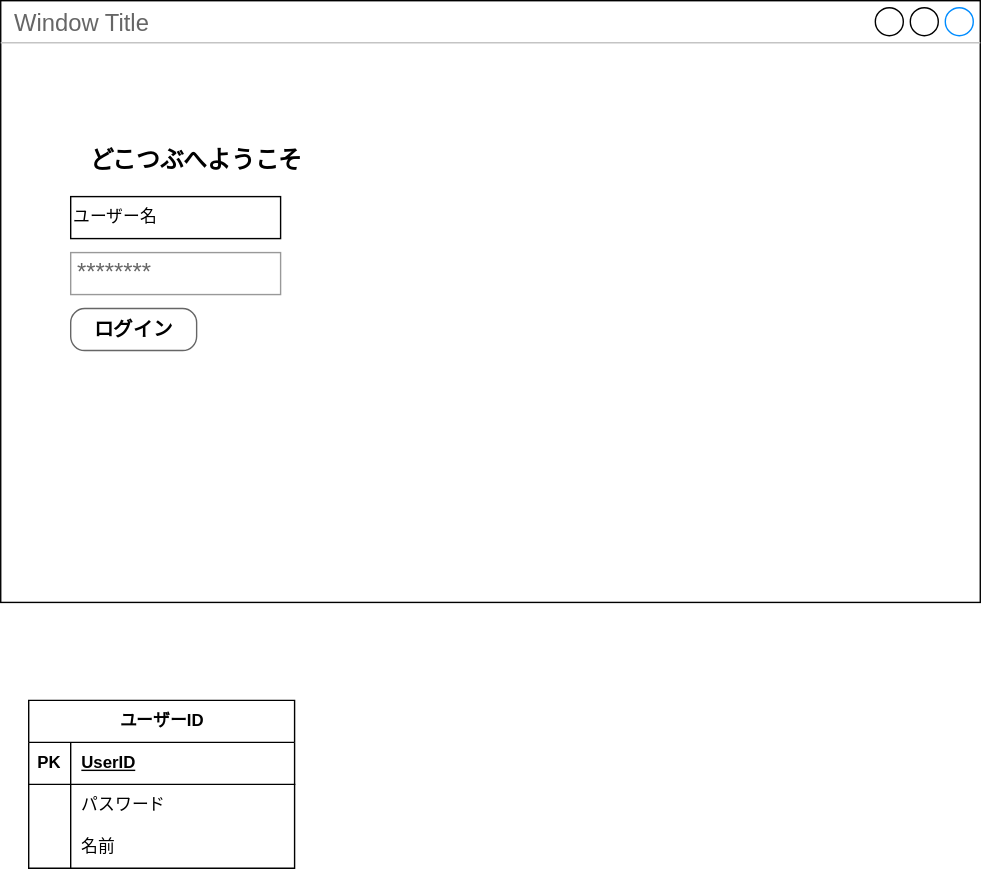
Before: 画面設計.drawio.svg, a diagram exported from draw.io (yu-tasa/basicDesign). Source tidied: cells renumbered, new cells last; positions are measured from the earlier drawing's top-left corner, leaving out a move shared by most shapes.
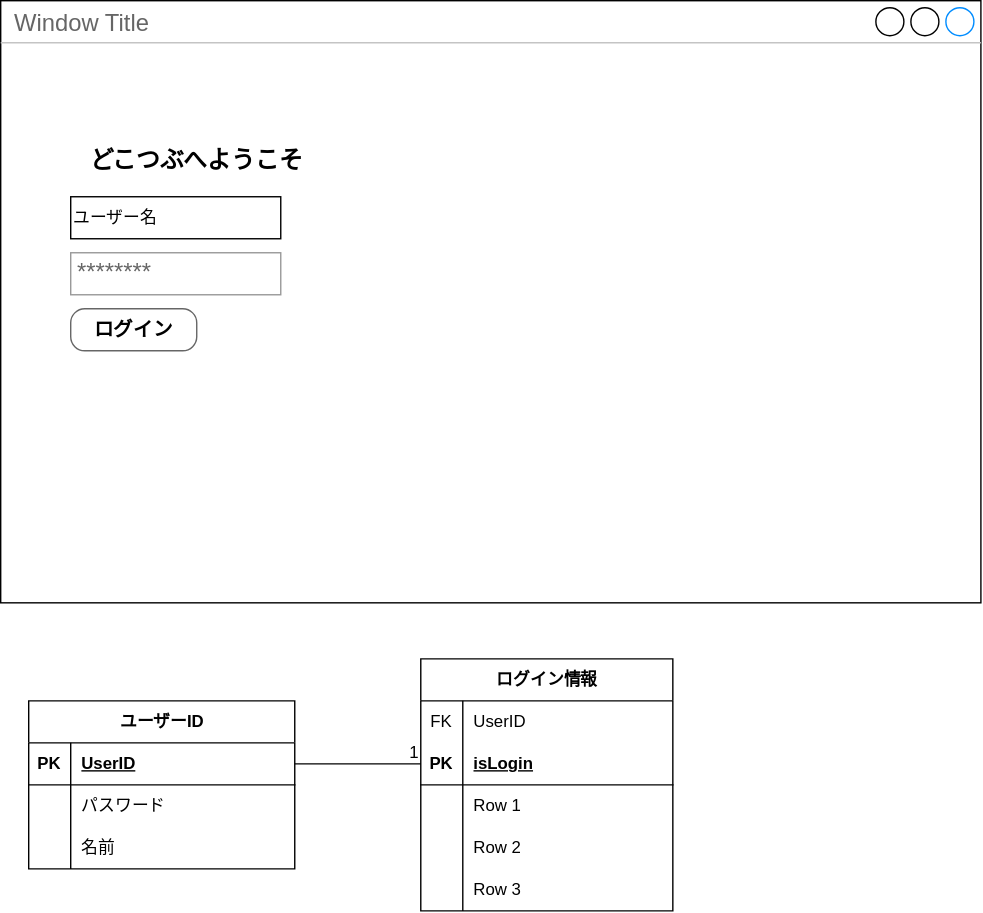
After the change.

Commit message:
画面設計.drawio.svg を更新します

Diff of the diagram source:
```diff
@@ -47,5 +47,59 @@
     <mxCell id="16" value="名前" style="shape=partialRectangle;fillColor=none;top=0;left=0;bottom=0;right=0;align=left;spacingLeft=6;overflow=hidden;whiteSpace=wrap;html=1;" parent="14" vertex="1">
       <mxGeometry x="30" width="160" height="30" as="geometry" />
     </mxCell>
+    <mxCell id="17" value="ログイン情報" style="shape=table;startSize=30;rowLines=0;fontStyle=1;align=center;html=1;" parent="1" vertex="1">
+      <mxGeometry x="300" y="470" width="180" height="180" as="geometry" />
+    </mxCell>
+    <mxCell id="18" style="shape=tableRow;horizontal=0;startSize=0;swimlaneHead=0;swimlaneBody=0;fillColor=none;top=0;left=0;right=0;bottom=0;" parent="17" vertex="1">
+      <mxGeometry y="30" width="180" height="30" as="geometry" />
+    </mxCell>
+    <mxCell id="19" value="FK" style="shape=partialRectangle;fillColor=none;top=0;left=0;bottom=0;right=0;fontStyle=0;overflow=hidden;whiteSpace=wrap;html=1;" parent="18" vertex="1">
+      <mxGeometry width="30" height="30" as="geometry" />
+    </mxCell>
+    <mxCell id="20" value="UserID" style="shape=partialRectangle;fillColor=none;top=0;left=0;bottom=0;right=0;align=left;spacingLeft=6;fontStyle=0;overflow=hidden;whiteSpace=wrap;html=1;" parent="18" vertex="1">
+      <mxGeometry x="30" width="150" height="30" as="geometry" />
+    </mxCell>
+    <mxCell id="21" style="shape=tableRow;horizontal=0;startSize=0;swimlaneHead=0;swimlaneBody=0;fillColor=none;points=[[0,0.5],[1,0.5]];portConstraint=eastwest;top=0;left=0;right=0;bottom=1;" parent="17" vertex="1">
+      <mxGeometry y="60" width="180" height="30" as="geometry" />
+    </mxCell>
+    <mxCell id="22" value="PK" style="shape=partialRectangle;fillColor=none;top=0;left=0;bottom=0;right=0;fontStyle=1;overflow=hidden;whiteSpace=wrap;html=1;" parent="21" vertex="1">
+      <mxGeometry width="30" height="30" as="geometry" />
+    </mxCell>
+    <mxCell id="23" value="isLogin" style="shape=partialRectangle;fillColor=none;top=0;left=0;bottom=0;right=0;align=left;spacingLeft=6;fontStyle=5;overflow=hidden;whiteSpace=wrap;html=1;" parent="21" vertex="1">
+      <mxGeometry x="30" width="150" height="30" as="geometry" />
+    </mxCell>
+    <mxCell id="24" style="shape=tableRow;horizontal=0;startSize=0;swimlaneHead=0;swimlaneBody=0;fillColor=none;top=0;left=0;right=0;bottom=0;" parent="17" vertex="1">
+      <mxGeometry y="90" width="180" height="30" as="geometry" />
+    </mxCell>
+    <mxCell id="25" style="shape=partialRectangle;fillColor=none;top=0;left=0;bottom=0;right=0;overflow=hidden;whiteSpace=wrap;html=1;" parent="24" vertex="1">
+      <mxGeometry width="30" height="30" as="geometry" />
+    </mxCell>
+    <mxCell id="26" value="Row 1" style="shape=partialRectangle;fillColor=none;top=0;left=0;bottom=0;right=0;align=left;spacingLeft=6;overflow=hidden;whiteSpace=wrap;html=1;" parent="24" vertex="1">
+      <mxGeometry x="30" width="150" height="30" as="geometry" />
+    </mxCell>
+    <mxCell id="27" style="shape=tableRow;horizontal=0;startSize=0;swimlaneHead=0;swimlaneBody=0;fillColor=none;top=0;left=0;right=0;bottom=0;" parent="17" vertex="1">
+      <mxGeometry y="120" width="180" height="30" as="geometry" />
+    </mxCell>
+    <mxCell id="28" style="shape=partialRectangle;fillColor=none;top=0;left=0;bottom=0;right=0;overflow=hidden;whiteSpace=wrap;html=1;" parent="27" vertex="1">
+      <mxGeometry width="30" height="30" as="geometry" />
+    </mxCell>
+    <mxCell id="29" value="Row 2" style="shape=partialRectangle;fillColor=none;top=0;left=0;bottom=0;right=0;align=left;spacingLeft=6;overflow=hidden;whiteSpace=wrap;html=1;" parent="27" vertex="1">
+      <mxGeometry x="30" width="150" height="30" as="geometry" />
+    </mxCell>
+    <mxCell id="30" style="shape=tableRow;horizontal=0;startSize=0;swimlaneHead=0;swimlaneBody=0;fillColor=none;top=0;left=0;right=0;bottom=0;" parent="17" vertex="1">
+      <mxGeometry y="150" width="180" height="30" as="geometry" />
+    </mxCell>
+    <mxCell id="31" style="shape=partialRectangle;fillColor=none;top=0;left=0;bottom=0;right=0;overflow=hidden;whiteSpace=wrap;html=1;" parent="30" vertex="1">
+      <mxGeometry width="30" height="30" as="geometry" />
+    </mxCell>
+    <mxCell id="32" value="Row 3" style="shape=partialRectangle;fillColor=none;top=0;left=0;bottom=0;right=0;align=left;spacingLeft=6;overflow=hidden;whiteSpace=wrap;html=1;" parent="30" vertex="1">
+      <mxGeometry x="30" width="150" height="30" as="geometry" />
+    </mxCell>
+    <mxCell id="33" style="endArrow=none;html=1;rounded=0;exitX=1;exitY=0.5;exitDx=0;exitDy=0;entryX=0;entryY=0.5;entryDx=0;entryDy=0;" parent="1" edge="1" source="8" target="21">
+      <mxGeometry relative="1" as="geometry" />
+    </mxCell>
+    <mxCell id="34" value="1" style="html=1;whiteSpace=wrap;align=right;verticalAlign=bottom;" parent="33" vertex="1">
+      <mxGeometry x="1" relative="1" as="geometry" />
+    </mxCell>
   </root>
 </mxGraphModel>
```
